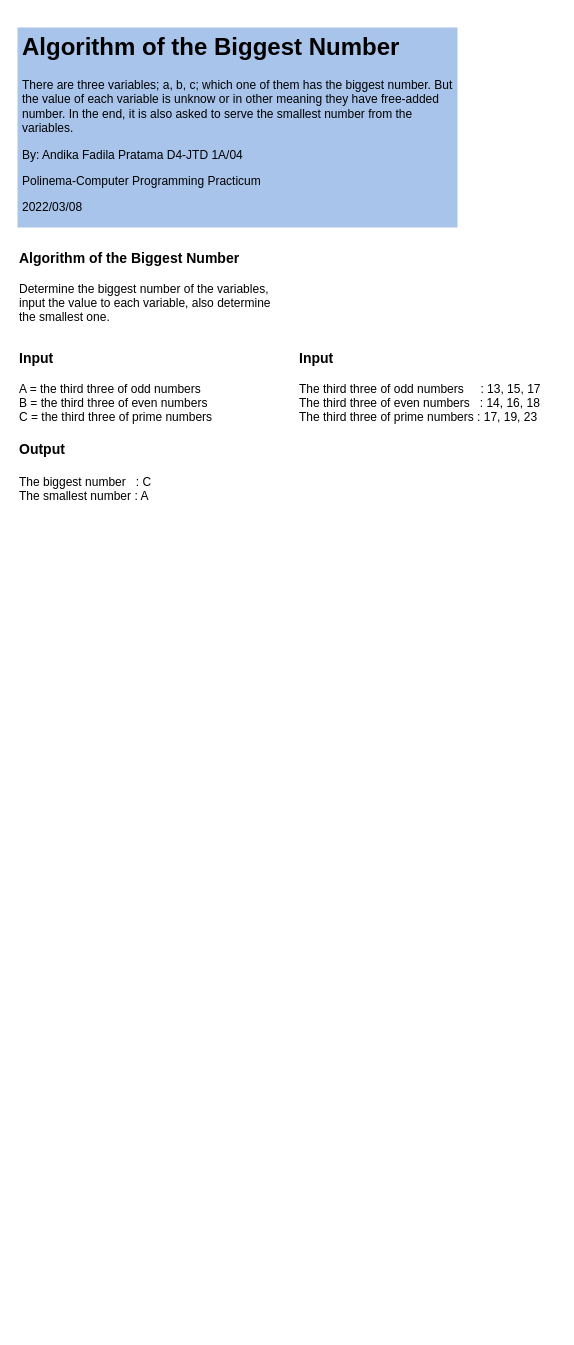
Above: Algorithm of the Biggest Number.drawio in troders34/troders34 (draw.io), before the change. Source tidied: cells renumbered, new cells numbered last; positions are measured from the earlier drawing's top-left corner, leaving out a move shared by most shapes. Both pictures are drawn from the tidied source at 100%, with x=0, y=0 at pixel (17, 27).
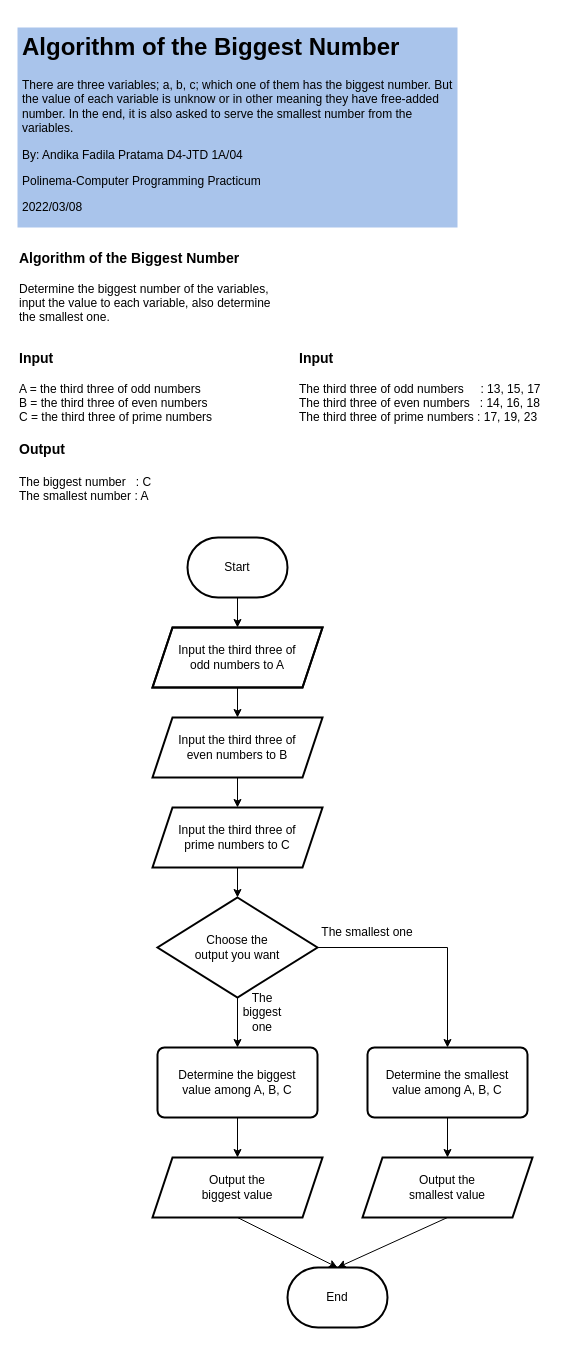
After the change.

The edit, as a diff of the source:
```diff
@@
+    <mxCell id="7" style="strokeWidth=2;html=1;shape=mxgraph.flowchart.terminator;whiteSpace=wrap;fontSize=12;fillColor=none;" parent="1" vertex="1">
+      <mxGeometry x="170" y="510" width="100" height="60" as="geometry" />
+    </mxCell>
+    <mxCell id="8" value="Start" style="text;html=1;strokeColor=none;fillColor=none;align=center;verticalAlign=middle;whiteSpace=wrap;rounded=0;fontSize=12;" parent="1" vertex="1">
+      <mxGeometry x="190" y="525" width="60" height="30" as="geometry" />
+    </mxCell>
+    <mxCell id="9" style="endArrow=classic;html=1;rounded=0;fontSize=12;exitX=0.5;exitY=1;exitDx=0;exitDy=0;exitPerimeter=0;entryX=0.5;entryY=0;entryDx=0;entryDy=0;" parent="1" edge="1" source="7" target="10">
+      <mxGeometry relative="1" as="geometry" />
+    </mxCell>
+    <mxCell id="10" style="shape=parallelogram;perimeter=parallelogramPerimeter;whiteSpace=wrap;html=1;fixedSize=1;fontSize=12;fillColor=none;strokeWidth=2;" parent="1" vertex="1">
+      <mxGeometry x="135" y="600" width="170" height="60" as="geometry" />
+    </mxCell>
+    <mxCell id="11" value="Input the third three of odd numbers to A" style="text;html=1;strokeColor=none;fillColor=none;align=center;verticalAlign=middle;whiteSpace=wrap;rounded=0;fontSize=12;" parent="1" vertex="1">
+      <mxGeometry x="160" y="615" width="120" height="30" as="geometry" />
+    </mxCell>
+    <mxCell id="12" style="endArrow=classic;html=1;rounded=0;fontSize=12;exitX=0.5;exitY=1;exitDx=0;exitDy=0;entryX=0.5;entryY=0;entryDx=0;entryDy=0;" parent="1" edge="1" source="10" target="14">
+      <mxGeometry relative="1" as="geometry" />
+    </mxCell>
+    <mxCell id="13" style="shape=parallelogram;perimeter=parallelogramPerimeter;whiteSpace=wrap;html=1;fixedSize=1;fontSize=12;fillColor=none;strokeWidth=2;" parent="1" vertex="1">
+      <mxGeometry x="135" y="600" width="170" height="60" as="geometry" />
+    </mxCell>
+    <mxCell id="14" style="shape=parallelogram;perimeter=parallelogramPerimeter;whiteSpace=wrap;html=1;fixedSize=1;fontSize=12;fillColor=none;strokeWidth=2;" parent="1" vertex="1">
+      <mxGeometry x="135" y="690" width="170" height="60" as="geometry" />
+    </mxCell>
+    <mxCell id="15" value="Input the third three of even numbers to B" style="text;html=1;strokeColor=none;fillColor=none;align=center;verticalAlign=middle;whiteSpace=wrap;rounded=0;fontSize=12;" parent="1" vertex="1">
+      <mxGeometry x="160" y="705" width="120" height="30" as="geometry" />
+    </mxCell>
+    <mxCell id="16" style="shape=parallelogram;perimeter=parallelogramPerimeter;whiteSpace=wrap;html=1;fixedSize=1;fontSize=12;fillColor=none;strokeWidth=2;" parent="1" vertex="1">
+      <mxGeometry x="135" y="780" width="170" height="60" as="geometry" />
+    </mxCell>
+    <mxCell id="17" value="Input the third three of prime numbers to C" style="text;html=1;strokeColor=none;fillColor=none;align=center;verticalAlign=middle;whiteSpace=wrap;rounded=0;fontSize=12;" parent="1" vertex="1">
+      <mxGeometry x="155" y="795" width="130" height="30" as="geometry" />
+    </mxCell>
+    <mxCell id="18" style="endArrow=classic;html=1;rounded=0;fontSize=12;exitX=0.5;exitY=1;exitDx=0;exitDy=0;entryX=0.5;entryY=0;entryDx=0;entryDy=0;" parent="1" edge="1" source="14" target="16">
+      <mxGeometry relative="1" as="geometry" />
+    </mxCell>
+    <mxCell id="19" style="rounded=1;whiteSpace=wrap;html=1;absoluteArcSize=1;arcSize=14;strokeWidth=2;fontSize=12;fillColor=none;" parent="1" vertex="1">
+      <mxGeometry x="140" y="1020" width="160" height="70" as="geometry" />
+    </mxCell>
+    <mxCell id="20" value="Determine the biggest value among A, B, C" style="text;html=1;strokeColor=none;fillColor=none;align=center;verticalAlign=middle;whiteSpace=wrap;rounded=0;fontSize=12;" parent="1" vertex="1">
+      <mxGeometry x="150" y="1040" width="140" height="30" as="geometry" />
+    </mxCell>
+    <mxCell id="21" style="endArrow=classic;html=1;rounded=0;fontSize=12;entryX=0.5;entryY=0;entryDx=0;entryDy=0;exitX=0.5;exitY=1;exitDx=0;exitDy=0;exitPerimeter=0;" parent="1" edge="1" source="22" target="19">
+      <mxGeometry relative="1" as="geometry" />
+    </mxCell>
+    <mxCell id="22" style="strokeWidth=2;html=1;shape=mxgraph.flowchart.decision;whiteSpace=wrap;fontSize=12;fillColor=none;" parent="1" vertex="1">
+      <mxGeometry x="140" y="870" width="160" height="100" as="geometry" />
+    </mxCell>
+    <mxCell id="23" value="Choose the output you want" style="text;html=1;strokeColor=none;fillColor=none;align=center;verticalAlign=middle;whiteSpace=wrap;rounded=0;fontSize=12;" parent="1" vertex="1">
+      <mxGeometry x="175" y="905" width="90" height="30" as="geometry" />
+    </mxCell>
+    <mxCell id="24" style="endArrow=classic;html=1;rounded=0;fontSize=12;exitX=0.5;exitY=1;exitDx=0;exitDy=0;entryX=0.5;entryY=0;entryDx=0;entryDy=0;entryPerimeter=0;" parent="1" edge="1" source="16" target="22">
+      <mxGeometry relative="1" as="geometry" />
+    </mxCell>
+    <mxCell id="25" style="endArrow=classic;html=1;rounded=0;fontSize=12;exitX=1;exitY=0.5;exitDx=0;exitDy=0;exitPerimeter=0;entryX=0.5;entryY=0;entryDx=0;entryDy=0;" parent="1" edge="1" source="22" target="26">
+      <mxGeometry relative="1" as="geometry">
+        <Array as="points">
+          <mxPoint x="430" y="920" />
+        </Array>
+      </mxGeometry>
+    </mxCell>
+    <mxCell id="26" style="rounded=1;whiteSpace=wrap;html=1;absoluteArcSize=1;arcSize=14;strokeWidth=2;fontSize=12;fillColor=none;" parent="1" vertex="1">
+      <mxGeometry x="350" y="1020" width="160" height="70" as="geometry" />
+    </mxCell>
+    <mxCell id="27" value="Determine the smallest value among A, B, C" style="text;html=1;strokeColor=none;fillColor=none;align=center;verticalAlign=middle;whiteSpace=wrap;rounded=0;fontSize=12;" parent="1" vertex="1">
+      <mxGeometry x="360" y="1040" width="140" height="30" as="geometry" />
+    </mxCell>
+    <mxCell id="28" value="The smallest one" style="text;html=1;strokeColor=none;fillColor=none;align=center;verticalAlign=middle;whiteSpace=wrap;rounded=0;fontSize=12;" parent="1" vertex="1">
+      <mxGeometry x="300" y="890" width="100" height="30" as="geometry" />
+    </mxCell>
+    <mxCell id="29" value="The biggest one" style="text;html=1;strokeColor=none;fillColor=none;align=center;verticalAlign=middle;whiteSpace=wrap;rounded=0;fontSize=12;" parent="1" vertex="1">
+      <mxGeometry x="220" y="970" width="50" height="30" as="geometry" />
+    </mxCell>
+    <mxCell id="30" style="shape=parallelogram;perimeter=parallelogramPerimeter;whiteSpace=wrap;html=1;fixedSize=1;fontSize=12;strokeWidth=2;fillColor=none;" parent="1" vertex="1">
+      <mxGeometry x="135" y="1130" width="170" height="60" as="geometry" />
+    </mxCell>
+    <mxCell id="31" value="Output the biggest value" style="text;html=1;strokeColor=none;fillColor=none;align=center;verticalAlign=middle;whiteSpace=wrap;rounded=0;fontSize=12;" parent="1" vertex="1">
+      <mxGeometry x="170" y="1145" width="100" height="30" as="geometry" />
+    </mxCell>
+    <mxCell id="32" style="shape=parallelogram;perimeter=parallelogramPerimeter;whiteSpace=wrap;html=1;fixedSize=1;fontSize=12;strokeWidth=2;fillColor=none;" parent="1" vertex="1">
+      <mxGeometry x="345" y="1130" width="170" height="60" as="geometry" />
+    </mxCell>
+    <mxCell id="33" value="Output the smallest value" style="text;html=1;strokeColor=none;fillColor=none;align=center;verticalAlign=middle;whiteSpace=wrap;rounded=0;fontSize=12;" parent="1" vertex="1">
+      <mxGeometry x="380" y="1145" width="100" height="30" as="geometry" />
+    </mxCell>
+    <mxCell id="34" style="endArrow=classic;html=1;rounded=0;fontSize=12;exitX=0.5;exitY=1;exitDx=0;exitDy=0;entryX=0.5;entryY=0;entryDx=0;entryDy=0;" parent="1" edge="1" source="19" target="30">
+      <mxGeometry relative="1" as="geometry" />
+    </mxCell>
+    <mxCell id="35" style="endArrow=classic;html=1;rounded=0;fontSize=12;exitX=0.5;exitY=1;exitDx=0;exitDy=0;entryX=0.5;entryY=0;entryDx=0;entryDy=0;" parent="1" edge="1" source="26" target="32">
+      <mxGeometry relative="1" as="geometry" />
+    </mxCell>
+    <mxCell id="36" style="strokeWidth=2;html=1;shape=mxgraph.flowchart.terminator;whiteSpace=wrap;fontSize=12;fillColor=none;" parent="1" vertex="1">
+      <mxGeometry x="270" y="1240" width="100" height="60" as="geometry" />
+    </mxCell>
+    <mxCell id="37" value="End" style="text;html=1;strokeColor=none;fillColor=none;align=center;verticalAlign=middle;whiteSpace=wrap;rounded=0;fontSize=12;" parent="1" vertex="1">
+      <mxGeometry x="290" y="1255" width="60" height="30" as="geometry" />
+    </mxCell>
+    <mxCell id="38" style="endArrow=classic;html=1;rounded=0;fontSize=12;exitX=0.5;exitY=1;exitDx=0;exitDy=0;entryX=0.5;entryY=0;entryDx=0;entryDy=0;entryPerimeter=0;" parent="1" edge="1" source="30" target="36">
+      <mxGeometry relative="1" as="geometry" />
+    </mxCell>
+    <mxCell id="39" style="endArrow=classic;html=1;rounded=0;fontSize=12;exitX=0.5;exitY=1;exitDx=0;exitDy=0;entryX=0.5;entryY=0;entryDx=0;entryDy=0;entryPerimeter=0;" parent="1" edge="1" source="32" target="36">
+      <mxGeometry relative="1" as="geometry" />
+    </mxCell>
```
